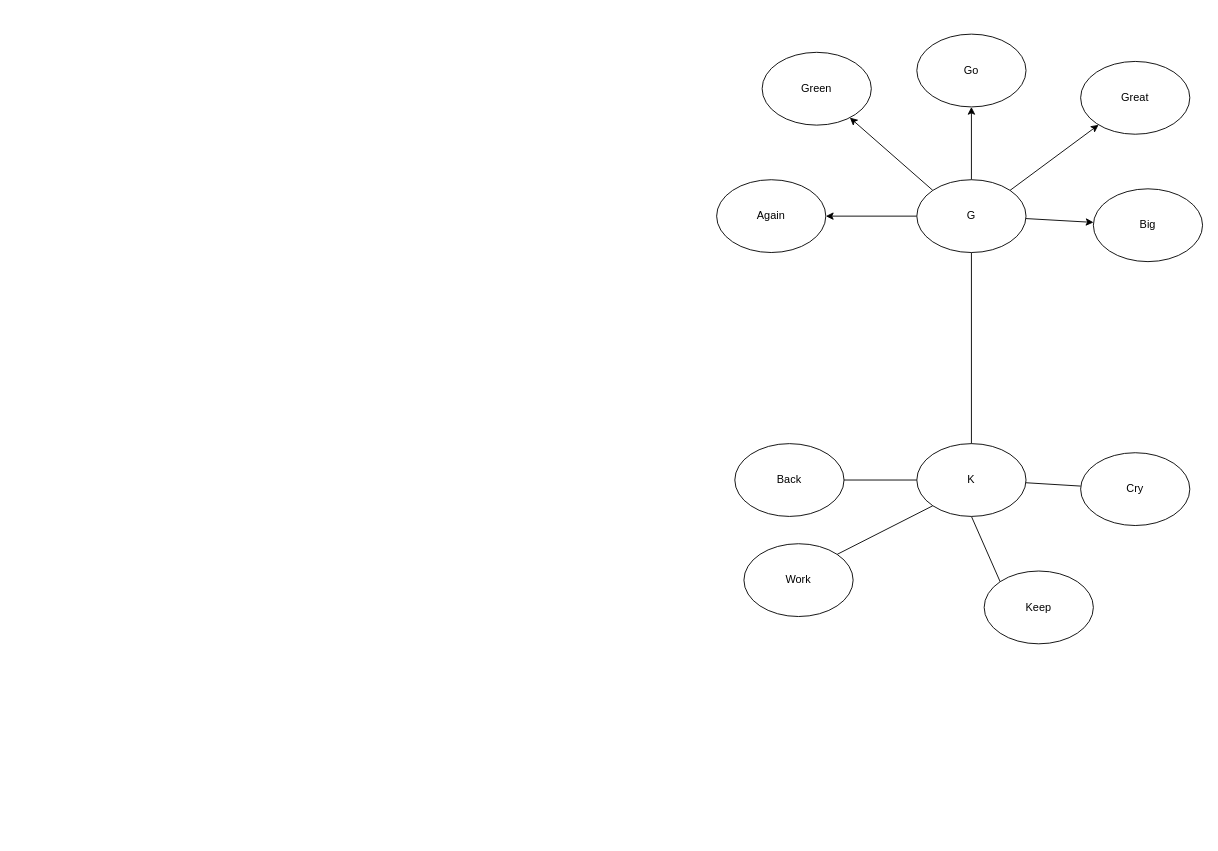
The draw.io diagram pronounce.drawio in hoanglechanhtu/english, before the edit. Source tidied: cells renumbered, new cells numbered last; positions are measured from the earlier drawing's top-left corner, leaving out a move shared by most shapes. Both pictures are drawn from the tidied source at 91%, with x=0, y=0 at pixel (716, 34).
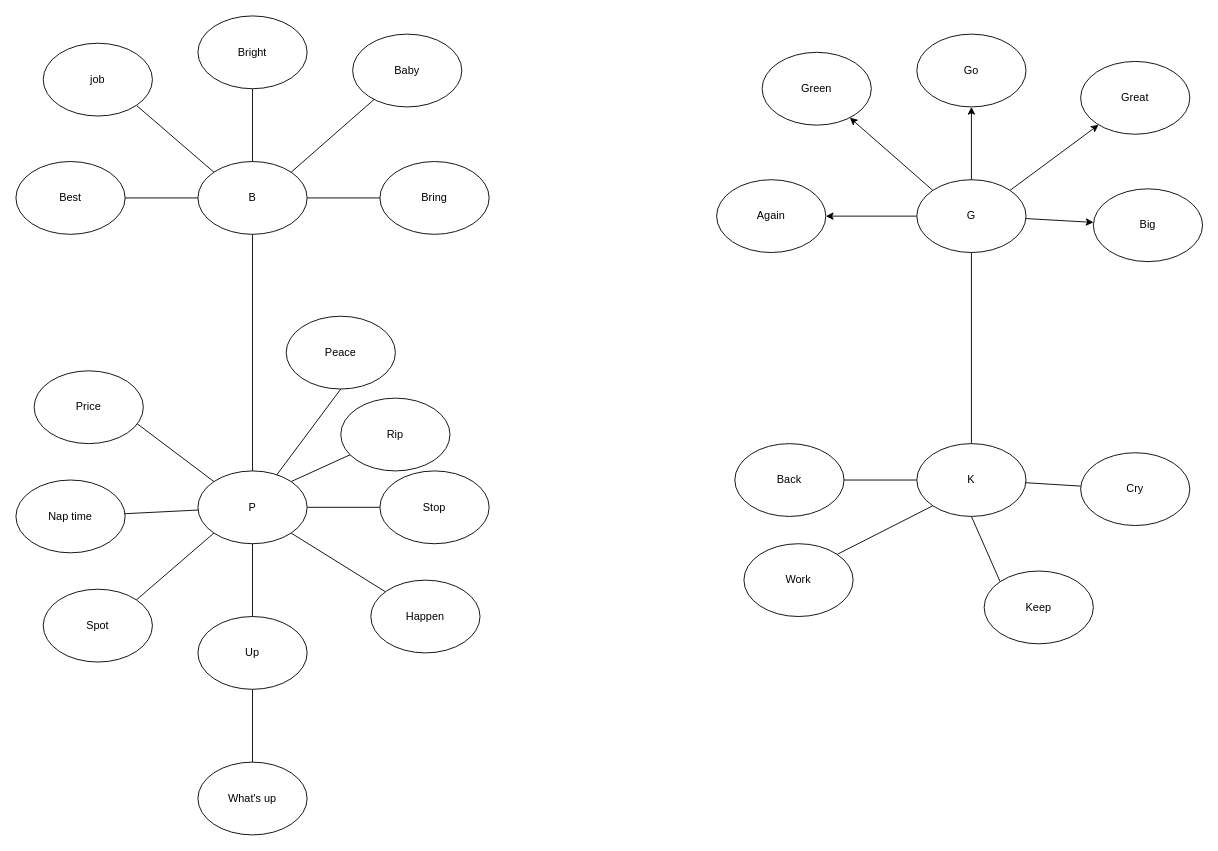
Above is the later version.

Diff of the diagram source:
```diff
@@
+    <mxCell id="23" style="edgeStyle=none;rounded=0;jettySize=auto;html=1;entryX=0.5;entryY=1;entryDx=0;entryDy=0;endArrow=none;endFill=0;" parent="1" edge="1" source="29" target="38">
+      <mxGeometry relative="1" as="geometry" />
+    </mxCell>
+    <mxCell id="24" style="edgeStyle=none;rounded=0;jettySize=auto;html=1;endArrow=none;endFill=0;" parent="1" edge="1" source="29" target="39">
+      <mxGeometry relative="1" as="geometry" />
+    </mxCell>
+    <mxCell id="25" style="edgeStyle=none;rounded=0;jettySize=auto;html=1;endArrow=none;endFill=0;" parent="1" edge="1" source="29" target="40">
+      <mxGeometry relative="1" as="geometry" />
+    </mxCell>
+    <mxCell id="26" style="edgeStyle=none;rounded=0;jettySize=auto;html=1;endArrow=none;endFill=0;" parent="1" edge="1" source="29" target="41">
+      <mxGeometry relative="1" as="geometry" />
+    </mxCell>
+    <mxCell id="27" style="edgeStyle=none;rounded=0;jettySize=auto;html=1;exitX=1;exitY=0;exitDx=0;exitDy=0;endArrow=none;endFill=0;" parent="1" edge="1" source="29" target="50">
+      <mxGeometry relative="1" as="geometry" />
+    </mxCell>
+    <mxCell id="28" style="edgeStyle=none;rounded=0;jettySize=auto;html=1;exitX=0;exitY=0;exitDx=0;exitDy=0;entryX=1;entryY=1;entryDx=0;entryDy=0;endArrow=none;endFill=0;" parent="1" edge="1" source="29" target="51">
+      <mxGeometry relative="1" as="geometry" />
+    </mxCell>
+    <mxCell id="29" value="B" style="ellipse;whiteSpace=wrap;html=1;" parent="1" vertex="1">
+      <mxGeometry x="-570" y="140" width="120" height="80" as="geometry" />
+    </mxCell>
+    <mxCell id="30" style="edgeStyle=none;rounded=0;jettySize=auto;html=1;endArrow=none;endFill=0;" parent="1" edge="1" source="38" target="42">
+      <mxGeometry relative="1" as="geometry" />
+    </mxCell>
+    <mxCell id="31" style="edgeStyle=none;rounded=0;jettySize=auto;html=1;exitX=1;exitY=1;exitDx=0;exitDy=0;endArrow=none;endFill=0;" parent="1" edge="1" source="38" target="43">
+      <mxGeometry relative="1" as="geometry" />
+    </mxCell>
+    <mxCell id="32" style="edgeStyle=none;rounded=0;jettySize=auto;html=1;endArrow=none;endFill=0;" parent="1" edge="1" source="38" target="45">
+      <mxGeometry relative="1" as="geometry" />
+    </mxCell>
+    <mxCell id="33" style="edgeStyle=none;rounded=0;jettySize=auto;html=1;endArrow=none;endFill=0;" parent="1" edge="1" source="38" target="46">
+      <mxGeometry relative="1" as="geometry" />
+    </mxCell>
+    <mxCell id="34" style="edgeStyle=none;rounded=0;jettySize=auto;html=1;exitX=0;exitY=1;exitDx=0;exitDy=0;entryX=1;entryY=0;entryDx=0;entryDy=0;endArrow=none;endFill=0;" parent="1" edge="1" source="38" target="48">
+      <mxGeometry relative="1" as="geometry" />
+    </mxCell>
+    <mxCell id="35" style="edgeStyle=none;rounded=0;jettySize=auto;html=1;exitX=1;exitY=0;exitDx=0;exitDy=0;endArrow=none;endFill=0;" parent="1" edge="1" source="38" target="49">
+      <mxGeometry relative="1" as="geometry" />
+    </mxCell>
+    <mxCell id="36" style="edgeStyle=none;rounded=0;jettySize=auto;html=1;exitX=0;exitY=0;exitDx=0;exitDy=0;entryX=0.942;entryY=0.725;entryDx=0;entryDy=0;entryPerimeter=0;endArrow=none;endFill=0;" parent="1" edge="1" source="38" target="52">
+      <mxGeometry relative="1" as="geometry" />
+    </mxCell>
+    <mxCell id="37" style="edgeStyle=none;rounded=0;jettySize=auto;html=1;entryX=0.5;entryY=1;entryDx=0;entryDy=0;endArrow=none;endFill=0;" parent="1" edge="1" source="38" target="53">
+      <mxGeometry relative="1" as="geometry" />
+    </mxCell>
+    <mxCell id="38" value="P" style="ellipse;whiteSpace=wrap;html=1;" parent="1" vertex="1">
+      <mxGeometry x="-570" y="480" width="120" height="80" as="geometry" />
+    </mxCell>
+    <mxCell id="39" value="Bring" style="ellipse;whiteSpace=wrap;html=1;" parent="1" vertex="1">
+      <mxGeometry x="-370" y="140" width="120" height="80" as="geometry" />
+    </mxCell>
+    <mxCell id="40" value="Bright" style="ellipse;whiteSpace=wrap;html=1;" parent="1" vertex="1">
+      <mxGeometry x="-570" y="-20" width="120" height="80" as="geometry" />
+    </mxCell>
+    <mxCell id="41" value="Best" style="ellipse;whiteSpace=wrap;html=1;" parent="1" vertex="1">
+      <mxGeometry x="-770" y="140" width="120" height="80" as="geometry" />
+    </mxCell>
+    <mxCell id="42" value="Stop" style="ellipse;whiteSpace=wrap;html=1;" parent="1" vertex="1">
+      <mxGeometry x="-370" y="480" width="120" height="80" as="geometry" />
+    </mxCell>
+    <mxCell id="43" value="Happen" style="ellipse;whiteSpace=wrap;html=1;" parent="1" vertex="1">
+      <mxGeometry x="-380" y="600" width="120" height="80" as="geometry" />
+    </mxCell>
+    <mxCell id="44" style="edgeStyle=none;rounded=0;jettySize=auto;html=1;endArrow=none;endFill=0;" parent="1" edge="1" source="45" target="47">
+      <mxGeometry relative="1" as="geometry" />
+    </mxCell>
+    <mxCell id="45" value="Up" style="ellipse;whiteSpace=wrap;html=1;" parent="1" vertex="1">
+      <mxGeometry x="-570" y="640" width="120" height="80" as="geometry" />
+    </mxCell>
+    <mxCell id="46" value="Nap time" style="ellipse;whiteSpace=wrap;html=1;" parent="1" vertex="1">
+      <mxGeometry x="-770" y="490" width="120" height="80" as="geometry" />
+    </mxCell>
+    <mxCell id="47" value="What's up" style="ellipse;whiteSpace=wrap;html=1;" parent="1" vertex="1">
+      <mxGeometry x="-570" y="800" width="120" height="80" as="geometry" />
+    </mxCell>
+    <mxCell id="48" value="Spot" style="ellipse;whiteSpace=wrap;html=1;" parent="1" vertex="1">
+      <mxGeometry x="-740" y="610" width="120" height="80" as="geometry" />
+    </mxCell>
+    <mxCell id="49" value="Rip" style="ellipse;whiteSpace=wrap;html=1;" parent="1" vertex="1">
+      <mxGeometry x="-413" y="400" width="120" height="80" as="geometry" />
+    </mxCell>
+    <mxCell id="50" value="Baby" style="ellipse;whiteSpace=wrap;html=1;" parent="1" vertex="1">
+      <mxGeometry x="-400" width="120" height="80" as="geometry" />
+    </mxCell>
+    <mxCell id="51" value="job" style="ellipse;whiteSpace=wrap;html=1;" parent="1" vertex="1">
+      <mxGeometry x="-740" y="10" width="120" height="80" as="geometry" />
+    </mxCell>
+    <mxCell id="52" value="Price" style="ellipse;whiteSpace=wrap;html=1;" parent="1" vertex="1">
+      <mxGeometry x="-750" y="370" width="120" height="80" as="geometry" />
+    </mxCell>
+    <mxCell id="53" value="Peace" style="ellipse;whiteSpace=wrap;html=1;" parent="1" vertex="1">
+      <mxGeometry x="-473" y="310" width="120" height="80" as="geometry" />
+    </mxCell>
```
